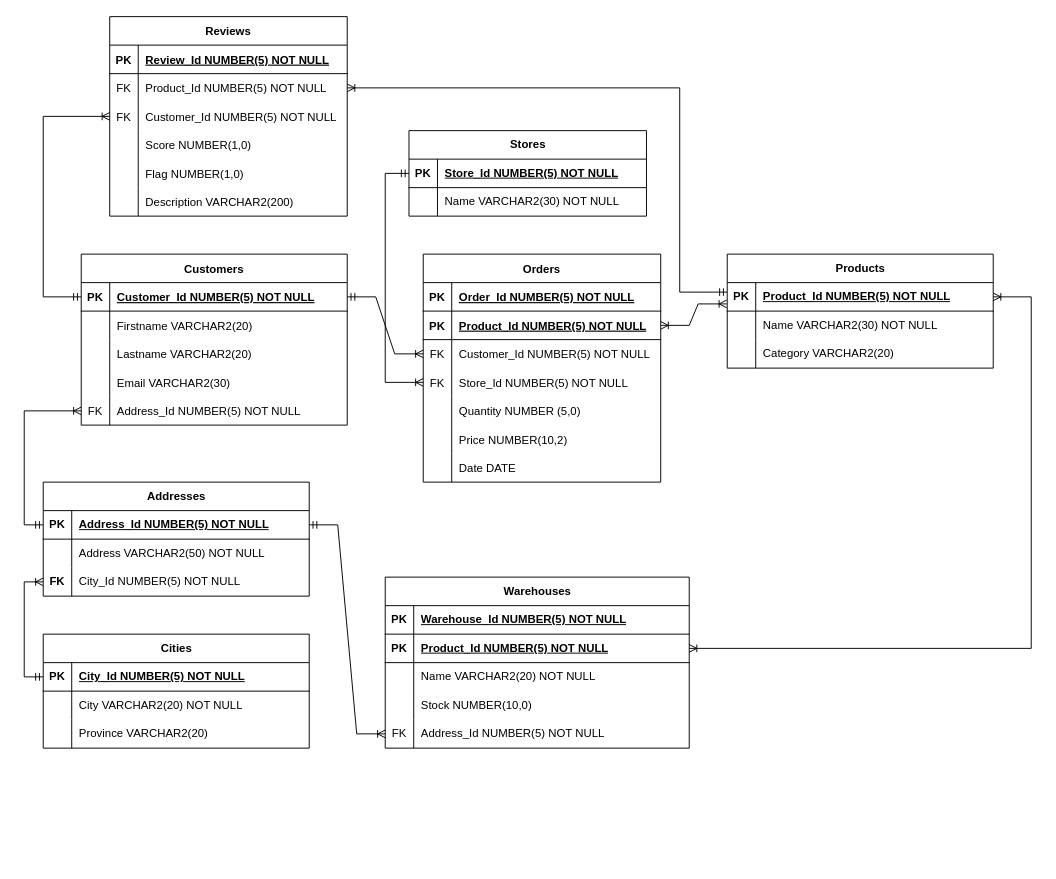
The draw.io diagram SQL/ERD.drawio in mperusse21/SuperstoreSimulation, before the edit. Source tidied: cells renumbered, new cells numbered last; positions are measured from the earlier drawing's top-left corner, leaving out a move shared by most shapes. Both pictures are drawn from the tidied source at 95%, with x=0, y=0 at pixel (24, 16).
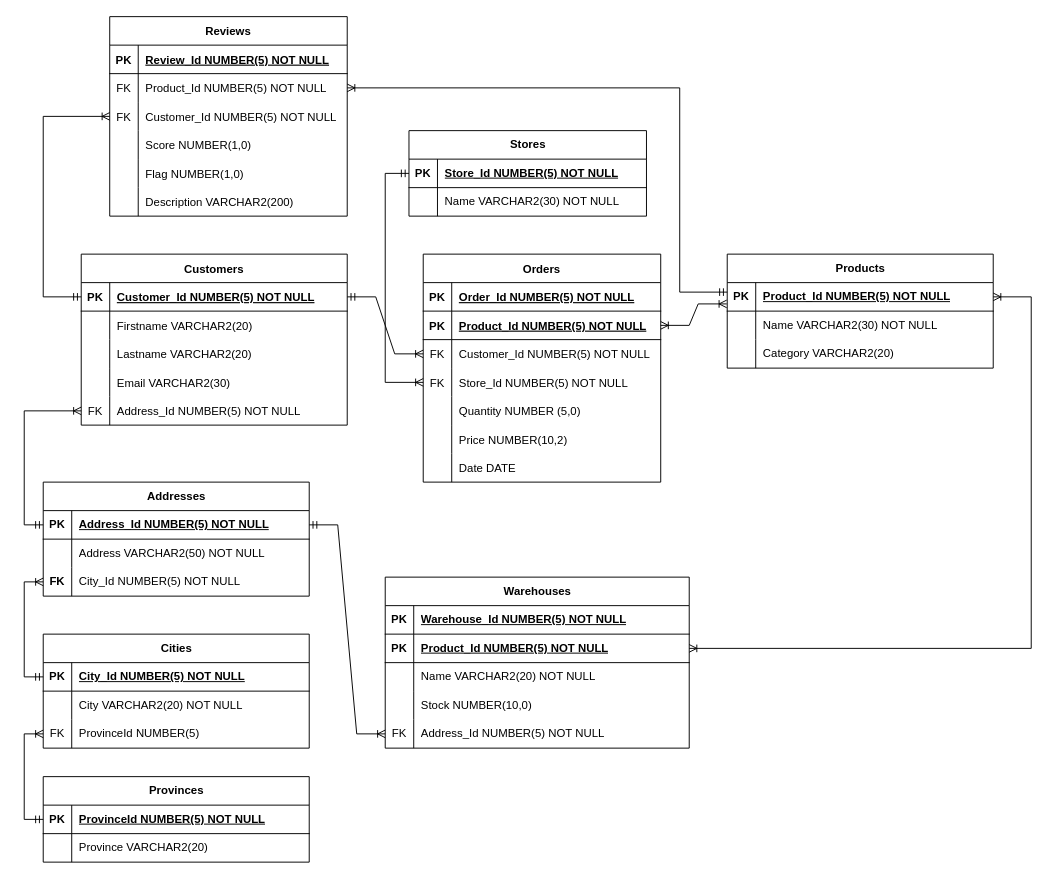
The same diagram, later.

Commit message (it also covers changes not shown here):
Added the Provinces table

The change refers to these unchanged cells:
```xml
<mxCell id="109" style="shape=tableRow;horizontal=0;startSize=0;swimlaneHead=0;swimlaneBody=0;fillColor=none;points=[[0,0.5],[1,0.5]];portConstraint=eastwest;top=0;left=0;right=0;bottom=0;" parent="102" vertex="1">
  <mxGeometry y="90" width="280" height="30" as="geometry" />
</mxCell>
```

The edit, as a diff of the source:
```diff
@@
-    <mxCell id="110" style="shape=partialRectangle;fillColor=none;top=0;left=0;bottom=0;right=0;overflow=hidden;whiteSpace=wrap;html=1;" parent="109" vertex="1">
+    <mxCell id="110" value="FK" style="shape=partialRectangle;fillColor=none;top=0;left=0;bottom=0;right=0;overflow=hidden;whiteSpace=wrap;html=1;" parent="109" vertex="1">
       <mxGeometry width="30" height="30" as="geometry" />
     </mxCell>
-    <mxCell id="111" value="Province VARCHAR2(20)" style="shape=partialRectangle;fillColor=none;top=0;left=0;bottom=0;right=0;align=left;spacingLeft=6;overflow=hidden;whiteSpace=wrap;html=1;" parent="109" vertex="1">
+    <mxCell id="111" value="ProvinceId NUMBER(5)" style="shape=partialRectangle;fillColor=none;top=0;left=0;bottom=0;right=0;align=left;spacingLeft=6;overflow=hidden;whiteSpace=wrap;html=1;" parent="109" vertex="1">
       <mxGeometry x="30" width="250" height="30" as="geometry" />
     </mxCell>
@@
+    <mxCell id="121" value="Provinces" style="shape=table;startSize=30;childLayout=tableLayout;rowLines=0;fontStyle=1;align=center;html=1;" parent="1" vertex="1">
+      <mxGeometry x="20" y="800" width="280" height="90" as="geometry" />
+    </mxCell>
+    <mxCell id="122" style="shape=tableRow;horizontal=0;startSize=0;swimlaneHead=0;swimlaneBody=0;fillColor=none;points=[[0,0.5],[1,0.5]];portConstraint=eastwest;top=0;left=0;right=0;bottom=1;" parent="121" vertex="1">
+      <mxGeometry y="30" width="280" height="30" as="geometry" />
+    </mxCell>
+    <mxCell id="123" value="PK" style="shape=partialRectangle;fillColor=none;top=0;left=0;bottom=0;right=0;fontStyle=1;overflow=hidden;whiteSpace=wrap;html=1;" parent="122" vertex="1">
+      <mxGeometry width="30" height="30" as="geometry" />
+    </mxCell>
+    <mxCell id="124" value="ProvinceId NUMBER(5) NOT NULL" style="shape=partialRectangle;fillColor=none;top=0;left=0;bottom=0;right=0;align=left;spacingLeft=6;fontStyle=5;overflow=hidden;whiteSpace=wrap;html=1;" parent="122" vertex="1">
+      <mxGeometry x="30" width="250" height="30" as="geometry" />
+    </mxCell>
+    <mxCell id="125" style="shape=tableRow;horizontal=0;startSize=0;swimlaneHead=0;swimlaneBody=0;fillColor=none;top=0;left=0;right=0;bottom=0;" parent="121" vertex="1">
+      <mxGeometry y="60" width="280" height="30" as="geometry" />
+    </mxCell>
+    <mxCell id="126" style="shape=partialRectangle;fillColor=none;top=0;left=0;bottom=0;right=0;overflow=hidden;whiteSpace=wrap;html=1;" parent="125" vertex="1">
+      <mxGeometry width="30" height="30" as="geometry" />
+    </mxCell>
+    <mxCell id="127" value="Province VARCHAR2(20)" style="shape=partialRectangle;fillColor=none;top=0;left=0;bottom=0;right=0;align=left;spacingLeft=6;overflow=hidden;whiteSpace=wrap;html=1;" parent="125" vertex="1">
+      <mxGeometry x="30" width="250" height="30" as="geometry" />
+    </mxCell>
+    <mxCell id="128" style="edgeStyle=orthogonalEdgeStyle;fontSize=12;html=1;endArrow=ERoneToMany;startArrow=ERmandOne;rounded=0;entryX=0;entryY=0.5;entryDx=0;entryDy=0;exitX=0;exitY=0.5;exitDx=0;exitDy=0;" parent="1" edge="1" source="122" target="109">
+      <mxGeometry relative="1" as="geometry">
+        <Array as="points">
+          <mxPoint y="845" />
+          <mxPoint y="755" />
+        </Array>
+      </mxGeometry>
+    </mxCell>
```
